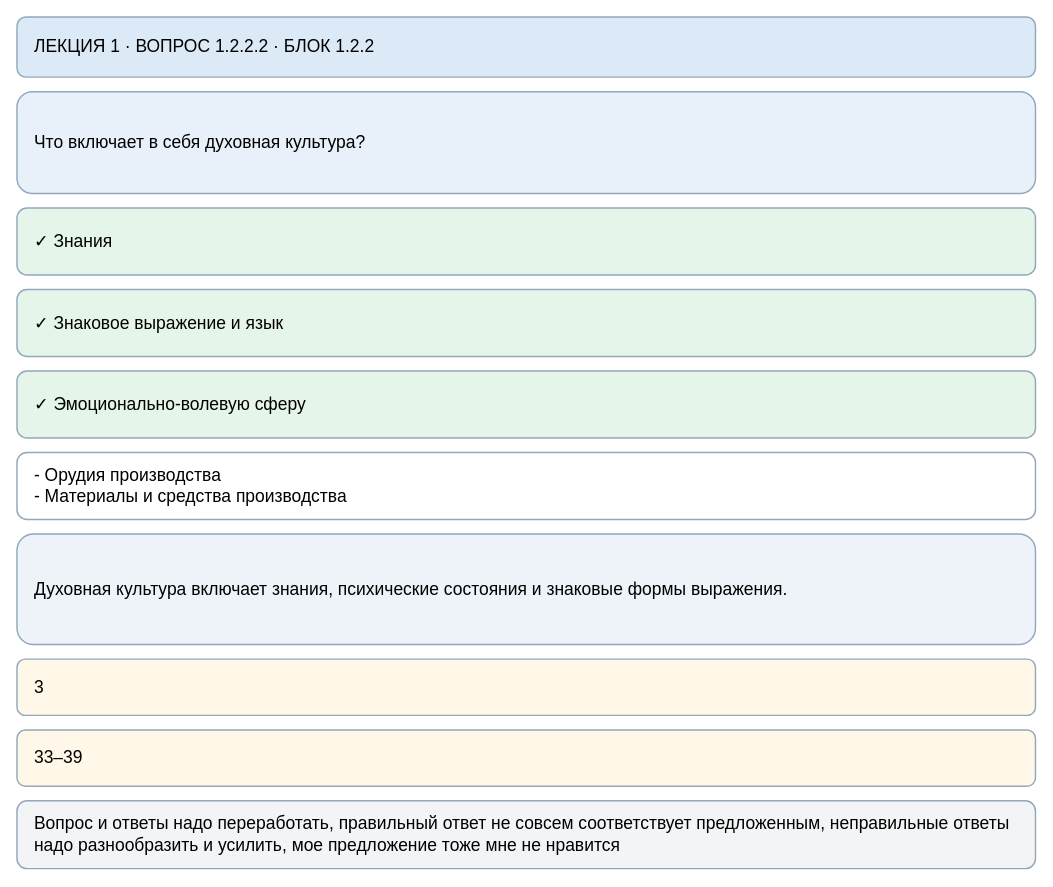
Above: page "1.2.2.2" (6 of 36) of maps/lecture-01-test-editor.drawio in slobodatablichka/apologetika-test (draw.io), before the change. Source tidied: cells renumbered, new cells numbered last; positions are measured from the earlier drawing's top-left corner, leaving out a move shared by most shapes. Both pictures are drawn from the tidied source at 97%, with x=0, y=0 at pixel (16, 16).
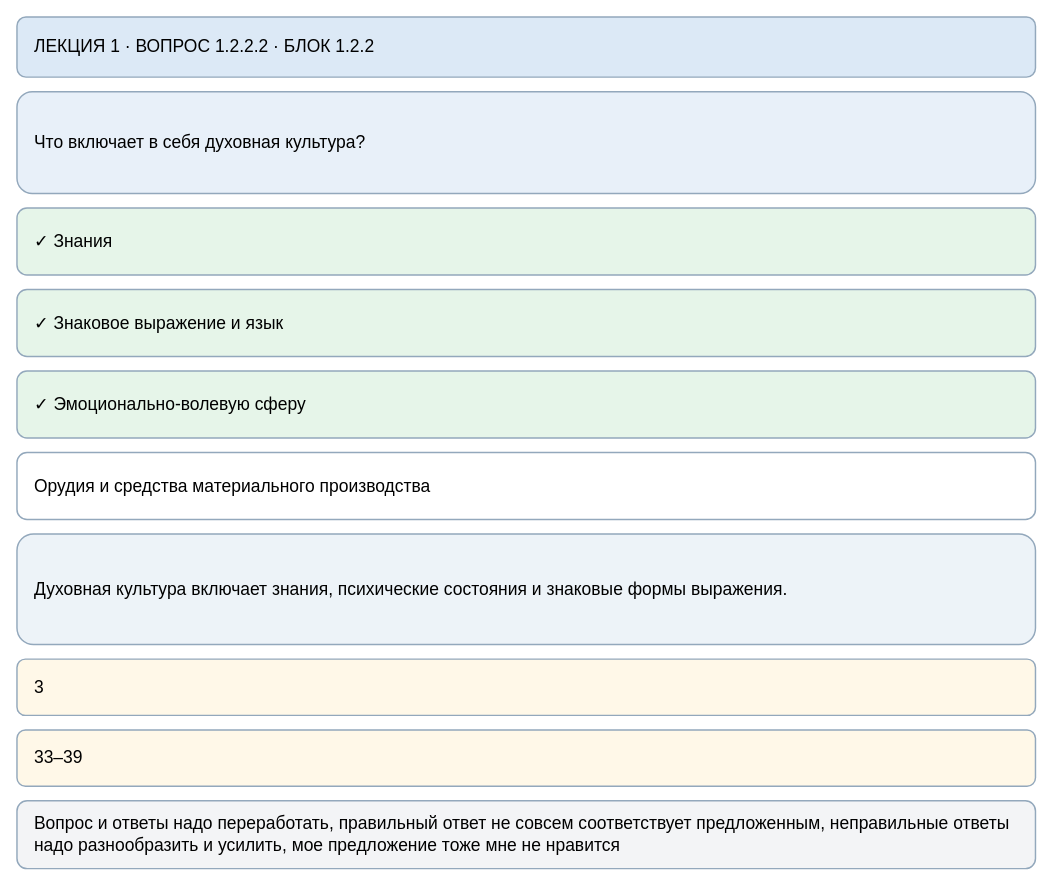
Above is the later version.

What changed in the source:
```diff
@@
 <mxGraphModel>
   <root>
     <mxCell id="0" />
     <mxCell id="1" parent="0" />
     <mxCell id="2" value="ЛЕКЦИЯ 1 · ВОПРОС 1.2.2.2 · БЛОК 1.2.2" style="rounded=1;whiteSpace=wrap;html=1;align=left;verticalAlign=middle;spacingLeft=16;spacingRight=16;fontSize=18;fillColor=#dce9f6;strokeColor=#93a8bc;strokeWidth=1.5;" parent="1" vertex="1">
       <mxGeometry width="1050" height="62" as="geometry" />
     </mxCell>
     <mxCell id="3" value="Что включает в себя духовная культура?" style="rounded=1;whiteSpace=wrap;html=1;align=left;verticalAlign=middle;spacingLeft=16;spacingRight=16;fontSize=18;fillColor=#e8f0f9;strokeColor=#93a8bc;strokeWidth=1.5;" parent="1" vertex="1">
       <mxGeometry y="77" width="1050" height="105" as="geometry" />
     </mxCell>
     <mxCell id="4" value="✓ Знания" style="rounded=1;whiteSpace=wrap;html=1;align=left;verticalAlign=middle;spacingLeft=16;spacingRight=16;fontSize=18;fillColor=#e6f5e9;strokeColor=#93a8bc;strokeWidth=1.5;" parent="1" vertex="1">
       <mxGeometry y="197" width="1050" height="69" as="geometry" />
     </mxCell>
     <mxCell id="5" value="✓ Знаковое выражение и язык" style="rounded=1;whiteSpace=wrap;html=1;align=left;verticalAlign=middle;spacingLeft=16;spacingRight=16;fontSize=18;fillColor=#e6f5e9;strokeColor=#93a8bc;strokeWidth=1.5;" parent="1" vertex="1">
       <mxGeometry y="281" width="1050" height="69" as="geometry" />
     </mxCell>
     <mxCell id="6" value="✓ Эмоционально-волевую сферу" style="rounded=1;whiteSpace=wrap;html=1;align=left;verticalAlign=middle;spacingLeft=16;spacingRight=16;fontSize=18;fillColor=#e6f5e9;strokeColor=#93a8bc;strokeWidth=1.5;" parent="1" vertex="1">
       <mxGeometry y="365" width="1050" height="69" as="geometry" />
     </mxCell>
-    <mxCell id="7" value="- Орудия производства&lt;br&gt;- Материалы и средства производства" style="rounded=1;whiteSpace=wrap;html=1;align=left;verticalAlign=middle;spacingLeft=16;spacingRight=16;fontSize=18;fillColor=#ffffff;strokeColor=#93a8bc;strokeWidth=1.5;" parent="1" vertex="1">
+    <mxCell id="7" value="Орудия и средства материального производства" style="rounded=1;whiteSpace=wrap;html=1;align=left;verticalAlign=middle;spacingLeft=16;spacingRight=16;fontSize=18;fillColor=#ffffff;strokeColor=#93a8bc;strokeWidth=1.5;" parent="1" vertex="1">
       <mxGeometry y="449" width="1050" height="69" as="geometry" />
     </mxCell>
     <mxCell id="8" value="Духовная культура включает знания, психические состояния и знаковые формы выражения." style="rounded=1;whiteSpace=wrap;html=1;align=left;verticalAlign=middle;spacingLeft=16;spacingRight=16;fontSize=18;fillColor=#edf3f8;strokeColor=#93a8bc;strokeWidth=1.5;" parent="1" vertex="1">
       <mxGeometry y="533" width="1050" height="114" as="geometry" />
     </mxCell>
     <mxCell id="9" value="3" style="rounded=1;whiteSpace=wrap;html=1;align=left;verticalAlign=middle;spacingLeft=16;spacingRight=16;fontSize=18;fillColor=#fff8e8;strokeColor=#93a8bc;strokeWidth=1.5;" parent="1" vertex="1">
       <mxGeometry y="662" width="1050" height="58" as="geometry" />
     </mxCell>
     <mxCell id="10" value="33–39" style="rounded=1;whiteSpace=wrap;html=1;align=left;verticalAlign=middle;spacingLeft=16;spacingRight=16;fontSize=18;fillColor=#fff8e8;strokeColor=#93a8bc;strokeWidth=1.5;" parent="1" vertex="1">
       <mxGeometry y="735" width="1050" height="58" as="geometry" />
     </mxCell>
     <mxCell id="11" value="Вопрос и ответы надо переработать, правильный ответ не совсем соответствует предложенным, неправильные ответы надо разнообразить и усилить, мое предложение тоже мне не нравится" style="rounded=1;whiteSpace=wrap;html=1;align=left;verticalAlign=middle;spacingLeft=16;spacingRight=16;fontSize=18;fillColor=#f3f4f6;strokeColor=#93a8bc;strokeWidth=1.5;" parent="1" vertex="1">
       <mxGeometry y="808" width="1050" height="70" as="geometry" />
     </mxCell>
   </root>
 </mxGraphModel>
```
